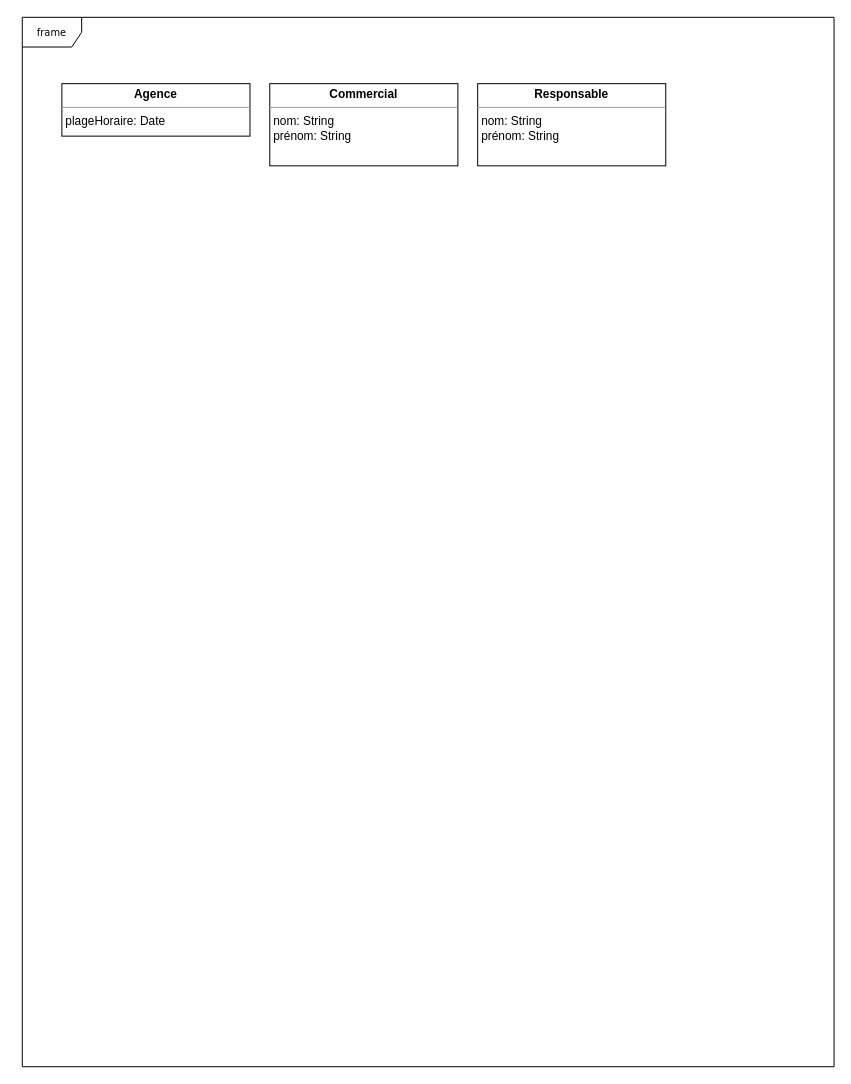
Above: Diagramme sans nom.drawio in thibault0712/SAE-1.03 (draw.io), before the change. Source tidied: cells renumbered, new cells numbered last; positions are measured from the earlier drawing's top-left corner, leaving out a move shared by most shapes. Both pictures are drawn from the tidied source at 99%, with x=0, y=0 at pixel (22, 17).
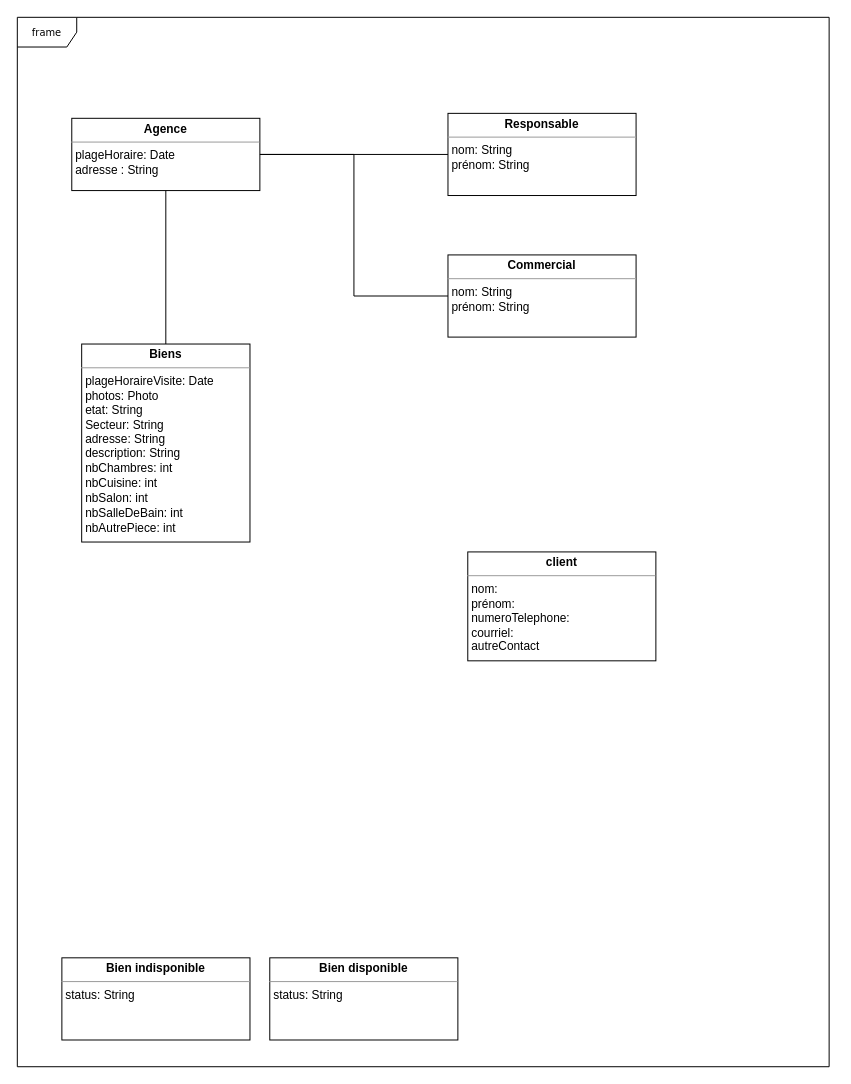
The same page after the edit.

Commit message:
Mettre à jour Diagramme sans nom.drawio

Diff of the diagram source:
```diff
@@
 <mxGraphModel>
   <root>
     <mxCell id="0" />
     <mxCell id="1" parent="0" />
     <mxCell id="2" value="frame" style="shape=umlFrame;whiteSpace=wrap;html=1;rounded=0;shadow=0;comic=0;labelBackgroundColor=none;strokeWidth=1;fontFamily=Verdana;fontSize=10;align=center;" parent="1" vertex="1">
-      <mxGeometry width="820" height="1060" as="geometry" />
+      <mxGeometry x="-5" width="820" height="1060" as="geometry" />
     </mxCell>
+    <mxCell id="6" style="edgeStyle=orthogonalEdgeStyle;rounded=0;jettySize=auto;html=1;endArrow=none;endFill=0;" parent="1" edge="1" source="3" target="5">
+      <mxGeometry relative="1" as="geometry" />
+    </mxCell>
-    <mxCell id="3" value="&lt;p style=&quot;margin:0px;margin-top:4px;text-align:center;&quot;&gt;&lt;b&gt;Agence&lt;/b&gt;&lt;/p&gt;&lt;hr size=&quot;1&quot;&gt;&lt;p style=&quot;margin:0px;margin-left:4px;&quot;&gt;plageHoraire: Date&lt;br&gt;&lt;/p&gt;&lt;p style=&quot;margin:0px;margin-left:4px;&quot;&gt;&lt;br&gt;&lt;/p&gt;" style="verticalAlign=top;align=left;overflow=fill;fontSize=12;fontFamily=Helvetica;html=1;rounded=0;shadow=0;comic=0;labelBackgroundColor=none;strokeWidth=1;" parent="1" vertex="1">
-      <mxGeometry x="40" y="67" width="190" height="53" as="geometry" />
+    <mxCell id="3" value="&lt;p style=&quot;margin:0px;margin-top:4px;text-align:center;&quot;&gt;&lt;b&gt;Agence&lt;/b&gt;&lt;/p&gt;&lt;hr size=&quot;1&quot;&gt;&lt;p style=&quot;margin:0px;margin-left:4px;&quot;&gt;plageHoraire: Date&lt;/p&gt;&lt;p style=&quot;margin:0px;margin-left:4px;&quot;&gt;adresse : String&lt;br&gt;&lt;/p&gt;&lt;p style=&quot;margin:0px;margin-left:4px;&quot;&gt;&lt;br&gt;&lt;/p&gt;" style="verticalAlign=top;align=left;overflow=fill;fontSize=12;fontFamily=Helvetica;html=1;rounded=0;shadow=0;comic=0;labelBackgroundColor=none;strokeWidth=1;" parent="1" vertex="1">
+      <mxGeometry x="50" y="102" width="190" height="73" as="geometry" />
     </mxCell>
+    <mxCell id="7" style="edgeStyle=orthogonalEdgeStyle;rounded=0;jettySize=auto;html=1;exitX=0;exitY=0.5;exitDx=0;exitDy=0;entryX=1;entryY=0.5;entryDx=0;entryDy=0;endArrow=none;endFill=0;" parent="1" edge="1" source="4" target="3">
+      <mxGeometry relative="1" as="geometry" />
+    </mxCell>
     <mxCell id="4" value="&lt;p style=&quot;margin:0px;margin-top:4px;text-align:center;&quot;&gt;&lt;b&gt;Commercial&lt;/b&gt;&lt;/p&gt;&lt;hr size=&quot;1&quot;&gt;&lt;p style=&quot;margin:0px;margin-left:4px;&quot;&gt;nom: String&lt;br&gt;&lt;/p&gt;&lt;p style=&quot;margin:0px;margin-left:4px;&quot;&gt;prénom: String&lt;/p&gt;&lt;p style=&quot;margin:0px;margin-left:4px;&quot;&gt;&lt;br&gt;&lt;/p&gt;&lt;p style=&quot;margin:0px;margin-left:4px;&quot;&gt;&lt;br&gt;&lt;/p&gt;" style="verticalAlign=top;align=left;overflow=fill;fontSize=12;fontFamily=Helvetica;html=1;rounded=0;shadow=0;comic=0;labelBackgroundColor=none;strokeWidth=1;" parent="1" vertex="1">
-      <mxGeometry x="250" y="67" width="190" height="83" as="geometry" />
+      <mxGeometry x="430" y="240" width="190" height="83" as="geometry" />
     </mxCell>
     <mxCell id="5" value="&lt;p style=&quot;margin:0px;margin-top:4px;text-align:center;&quot;&gt;&lt;b&gt;Responsable&lt;/b&gt;&lt;/p&gt;&lt;hr size=&quot;1&quot;&gt;&lt;p style=&quot;margin:0px;margin-left:4px;&quot;&gt;nom: String&lt;br&gt;&lt;/p&gt;&lt;p style=&quot;margin:0px;margin-left:4px;&quot;&gt;prénom: String&lt;/p&gt;&lt;p style=&quot;margin:0px;margin-left:4px;&quot;&gt;&lt;br&gt;&lt;/p&gt;&lt;p style=&quot;margin:0px;margin-left:4px;&quot;&gt;&lt;br&gt;&lt;/p&gt;" style="verticalAlign=top;align=left;overflow=fill;fontSize=12;fontFamily=Helvetica;html=1;rounded=0;shadow=0;comic=0;labelBackgroundColor=none;strokeWidth=1;" parent="1" vertex="1">
-      <mxGeometry x="460" y="67" width="190" height="83" as="geometry" />
+      <mxGeometry x="430" y="97" width="190" height="83" as="geometry" />
     </mxCell>
+    <mxCell id="8" style="edgeStyle=orthogonalEdgeStyle;rounded=0;jettySize=auto;html=1;exitX=0.5;exitY=0;exitDx=0;exitDy=0;endArrow=none;endFill=0;" parent="1" edge="1" source="9" target="3">
+      <mxGeometry relative="1" as="geometry" />
+    </mxCell>
+    <mxCell id="9" value="&lt;p style=&quot;margin:0px;margin-top:4px;text-align:center;&quot;&gt;&lt;b&gt;Biens&lt;/b&gt;&lt;/p&gt;&lt;hr size=&quot;1&quot;&gt;&lt;p style=&quot;margin:0px;margin-left:4px;&quot;&gt;plageHoraireVisite: Date&lt;br&gt;&lt;/p&gt;&lt;p style=&quot;margin:0px;margin-left:4px;&quot;&gt;photos: Photo&lt;/p&gt;&lt;p style=&quot;margin:0px;margin-left:4px;&quot;&gt;etat: String&lt;/p&gt;&lt;p style=&quot;margin:0px;margin-left:4px;&quot;&gt;&lt;span style=&quot;line-height: 116%;&quot;&gt;&lt;font style=&quot;font-size: 12px;&quot;&gt;Secteur: String&lt;br&gt;adresse: String&lt;/font&gt;&lt;/span&gt;&lt;/p&gt;&lt;p style=&quot;margin:0px;margin-left:4px;&quot;&gt;&lt;span style=&quot;line-height: 116%;&quot;&gt;&lt;font style=&quot;font-size: 12px;&quot;&gt;description: String&lt;/font&gt;&lt;/span&gt;&lt;/p&gt;&lt;p style=&quot;margin:0px;margin-left:4px;&quot;&gt;&lt;span style=&quot;line-height: 116%;&quot;&gt;&lt;font style=&quot;font-size: 12px;&quot;&gt;nbChambres: int&lt;/font&gt;&lt;/span&gt;&lt;/p&gt;&lt;p style=&quot;margin:0px;margin-left:4px;&quot;&gt;&lt;span style=&quot;line-height: 116%;&quot;&gt;&lt;font style=&quot;font-size: 12px;&quot;&gt;nbCuisine: int&lt;/font&gt;&lt;/span&gt;&lt;/p&gt;&lt;p style=&quot;margin:0px;margin-left:4px;&quot;&gt;&lt;span style=&quot;line-height: 116%;&quot;&gt;&lt;font style=&quot;font-size: 12px;&quot;&gt;nbSalon: int&amp;nbsp;&lt;/font&gt;&lt;/span&gt;&lt;/p&gt;&lt;p style=&quot;margin:0px;margin-left:4px;&quot;&gt;&lt;font style=&quot;font-size: 12px;&quot;&gt;&lt;span style=&quot;line-height: 116%;&quot;&gt;nbSalleDeBain: int&amp;nbsp;&lt;/span&gt;&lt;/font&gt;&lt;/p&gt;&lt;p style=&quot;margin:0px;margin-left:4px;&quot;&gt;&lt;font style=&quot;font-size: 12px;&quot;&gt;&lt;span style=&quot;line-height: 116%;&quot;&gt;nbAutrePiece: int&lt;/span&gt;&lt;/font&gt;&lt;/p&gt;" style="verticalAlign=top;align=left;overflow=fill;fontSize=12;fontFamily=Helvetica;html=1;rounded=0;shadow=0;comic=0;labelBackgroundColor=none;strokeWidth=1;" parent="1" vertex="1">
+      <mxGeometry x="60" y="330" width="170" height="200" as="geometry" />
+    </mxCell>
+    <mxCell id="10" value="&lt;p style=&quot;margin:0px;margin-top:4px;text-align:center;&quot;&gt;&lt;b&gt;client&lt;/b&gt;&lt;/p&gt;&lt;hr size=&quot;1&quot;&gt;&lt;p style=&quot;margin:0px;margin-left:4px;&quot;&gt;nom:&lt;/p&gt;&lt;p style=&quot;margin:0px;margin-left:4px;&quot;&gt;prénom:&lt;/p&gt;&lt;p style=&quot;margin:0px;margin-left:4px;&quot;&gt;numeroTelephone:&lt;/p&gt;&lt;p style=&quot;margin:0px;margin-left:4px;&quot;&gt;courriel:&lt;/p&gt;&lt;p style=&quot;margin:0px;margin-left:4px;&quot;&gt;autreContact&lt;/p&gt;&lt;p style=&quot;margin:0px;margin-left:4px;&quot;&gt;&lt;br&gt;&lt;/p&gt;&lt;p style=&quot;margin:0px;margin-left:4px;&quot;&gt;&lt;br&gt;&lt;/p&gt;" style="verticalAlign=top;align=left;overflow=fill;fontSize=12;fontFamily=Helvetica;html=1;rounded=0;shadow=0;comic=0;labelBackgroundColor=none;strokeWidth=1;" parent="1" vertex="1">
+      <mxGeometry x="450" y="540" width="190" height="110" as="geometry" />
+    </mxCell>
+    <mxCell id="11" value="&lt;p style=&quot;margin:0px;margin-top:4px;text-align:center;&quot;&gt;&lt;b&gt;Bien disponible&lt;/b&gt;&lt;br&gt;&lt;/p&gt;&lt;hr size=&quot;1&quot;&gt;&lt;p style=&quot;margin:0px;margin-left:4px;&quot;&gt;status: String&lt;br&gt;&lt;/p&gt;&lt;p style=&quot;margin:0px;margin-left:4px;&quot;&gt;&lt;br&gt;&lt;/p&gt;&lt;p style=&quot;margin:0px;margin-left:4px;&quot;&gt;&lt;br&gt;&lt;/p&gt;" style="verticalAlign=top;align=left;overflow=fill;fontSize=12;fontFamily=Helvetica;html=1;rounded=0;shadow=0;comic=0;labelBackgroundColor=none;strokeWidth=1;" parent="1" vertex="1">
+      <mxGeometry x="250" y="950" width="190" height="83" as="geometry" />
+    </mxCell>
+    <mxCell id="12" value="&lt;p style=&quot;margin:0px;margin-top:4px;text-align:center;&quot;&gt;&lt;b&gt;Bien indisponible&lt;/b&gt;&lt;br&gt;&lt;/p&gt;&lt;hr size=&quot;1&quot;&gt;&lt;p style=&quot;margin:0px;margin-left:4px;&quot;&gt;status: String&lt;br&gt;&lt;/p&gt;&lt;p style=&quot;margin:0px;margin-left:4px;&quot;&gt;&lt;br&gt;&lt;/p&gt;&lt;p style=&quot;margin:0px;margin-left:4px;&quot;&gt;&lt;br&gt;&lt;/p&gt;" style="verticalAlign=top;align=left;overflow=fill;fontSize=12;fontFamily=Helvetica;html=1;rounded=0;shadow=0;comic=0;labelBackgroundColor=none;strokeWidth=1;" parent="1" vertex="1">
+      <mxGeometry x="40" y="950" width="190" height="83" as="geometry" />
+    </mxCell>
   </root>
 </mxGraphModel>
```
